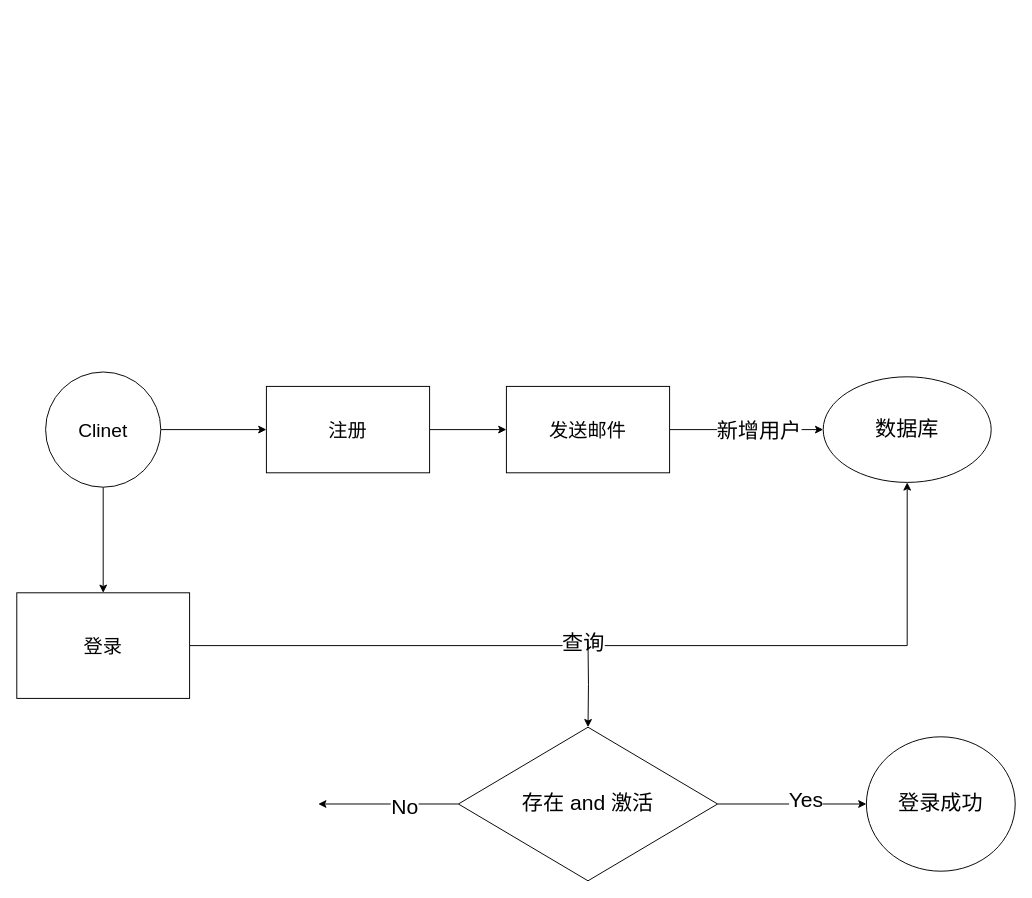
The draw.io diagram map/LoginAndSignUpProcessDesign.drawio in msqtt/Sources, before the edit. Source tidied: cells renumbered, new cells numbered last; positions are measured from the earlier drawing's top-left corner, leaving out a move shared by most shapes. Both pictures are drawn from the tidied source at 96%, with x=0, y=0 at pixel (16, 372).
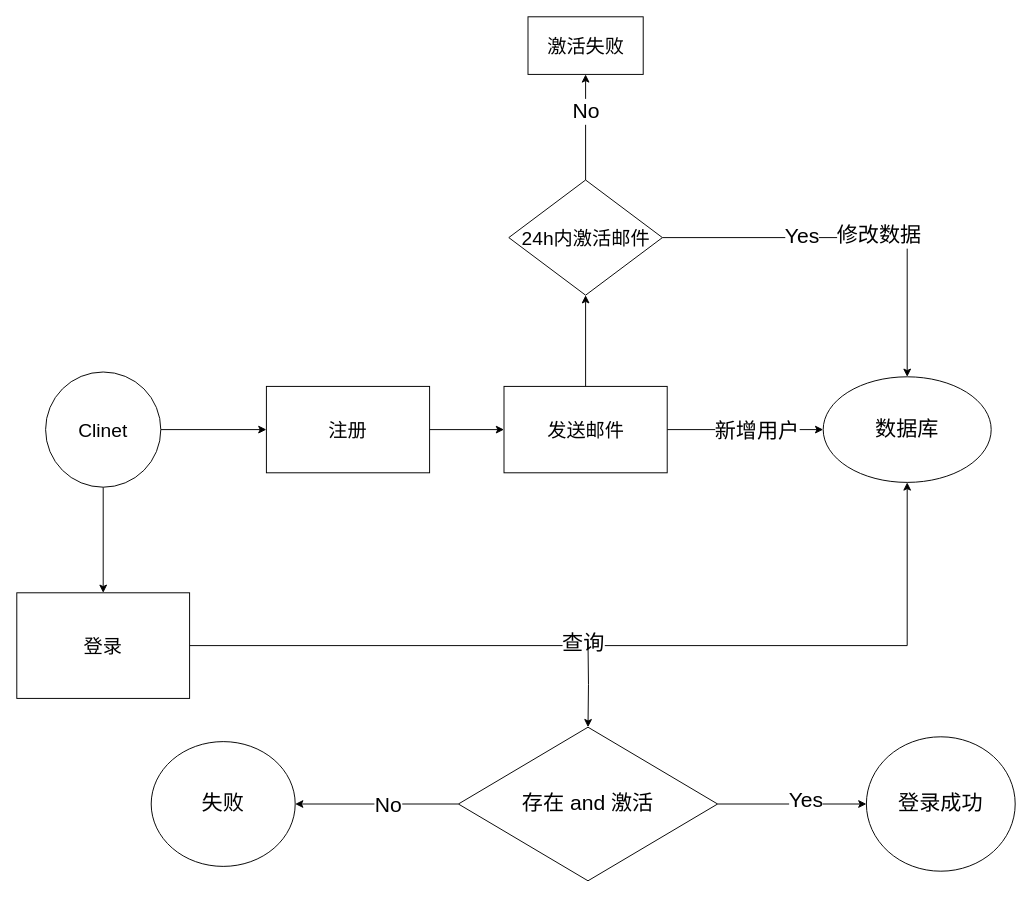
Above is the later version.

Unchanged cells that the change refers to:
```xml
<mxCell id="10" value="数据库" style="ellipse;whiteSpace=wrap;html=1;fontSize=22;" parent="1" vertex="1">
  <mxGeometry x="840" y="5" width="175" height="110" as="geometry" />
</mxCell>
<mxCell id="19" value="存在 and 激活" style="rhombus;whiteSpace=wrap;html=1;fontSize=22;" parent="1" vertex="1">
  <mxGeometry x="460" y="370" width="270" height="160" as="geometry" />
</mxCell>
```

The edit, as a diff of the source:
```diff
@@
+    <mxCell id="21" style="edgeStyle=orthogonalEdgeStyle;rounded=0;jettySize=auto;html=1;fontSize=22;" parent="1" edge="1" source="9" target="30">
+      <mxGeometry relative="1" as="geometry" />
+    </mxCell>
     <mxCell id="9" value="发送邮件" style="whiteSpace=wrap;html=1;fontSize=20;" parent="1" vertex="1">
-      <mxGeometry x="510" y="15" width="170" height="90" as="geometry" />
+      <mxGeometry x="507.5" y="15" width="170" height="90" as="geometry" />
     </mxCell>
@@
-    <mxCell id="17" style="edgeStyle=orthogonalEdgeStyle;rounded=0;jettySize=auto;html=1;fontSize=22;" parent="1" edge="1" source="19">
-      <mxGeometry relative="1" as="geometry">
-        <mxPoint x="314" y="450" as="targetPoint" />
-      </mxGeometry>
-    </mxCell>
-    <mxCell id="18" value="No" style="edgeLabel;html=1;align=center;verticalAlign=middle;fontSize=22;" parent="17" vertex="1">
-      <mxGeometry x="-0.22" y="3" relative="1" as="geometry" />
-    </mxCell>
+    <mxCell id="22" style="edgeStyle=orthogonalEdgeStyle;rounded=0;jettySize=auto;html=1;fontSize=22;" parent="1" edge="1" source="19" target="24">
+      <mxGeometry relative="1" as="geometry" />
+    </mxCell>
+    <mxCell id="23" value="No" style="edgeLabel;html=1;align=center;verticalAlign=middle;fontSize=22;" parent="22" vertex="1">
+      <mxGeometry x="-0.13" y="1" relative="1" as="geometry" />
+    </mxCell>
@@
+    <mxCell id="24" value="失败" style="ellipse;whiteSpace=wrap;html=1;fontSize=22;" parent="1" vertex="1">
+      <mxGeometry x="140" y="385" width="150" height="130" as="geometry" />
+    </mxCell>
+    <mxCell id="25" style="edgeStyle=orthogonalEdgeStyle;rounded=0;jettySize=auto;html=1;entryX=0.5;entryY=0;entryDx=0;entryDy=0;fontSize=22;" parent="1" edge="1" source="30" target="10">
+      <mxGeometry relative="1" as="geometry" />
+    </mxCell>
+    <mxCell id="26" value="Yes" style="edgeLabel;html=1;align=center;verticalAlign=middle;fontSize=22;" parent="25" vertex="1">
+      <mxGeometry x="-0.28" y="2" relative="1" as="geometry">
+        <mxPoint x="1" as="offset" />
+      </mxGeometry>
+    </mxCell>
+    <mxCell id="27" value="修改数据" style="edgeLabel;html=1;align=center;verticalAlign=middle;fontSize=22;" parent="25" vertex="1">
+      <mxGeometry x="0.12" y="3" relative="1" as="geometry">
+        <mxPoint x="1" as="offset" />
+      </mxGeometry>
+    </mxCell>
+    <mxCell id="28" style="edgeStyle=orthogonalEdgeStyle;rounded=0;jettySize=auto;html=1;fontSize=22;" parent="1" edge="1" source="30" target="31">
+      <mxGeometry relative="1" as="geometry" />
+    </mxCell>
+    <mxCell id="29" value="No" style="edgeLabel;html=1;align=center;verticalAlign=middle;fontSize=22;" parent="28" vertex="1">
+      <mxGeometry x="0.31" relative="1" as="geometry" />
+    </mxCell>
+    <mxCell id="30" value="24h内激活邮件" style="rhombus;whiteSpace=wrap;html=1;fontSize=20;" parent="1" vertex="1">
+      <mxGeometry x="512.5" y="-200" width="160" height="120" as="geometry" />
+    </mxCell>
+    <mxCell id="31" value="激活失败" style="whiteSpace=wrap;html=1;fontSize=20;" parent="1" vertex="1">
+      <mxGeometry x="532.5" y="-370" width="120" height="60" as="geometry" />
+    </mxCell>
```
